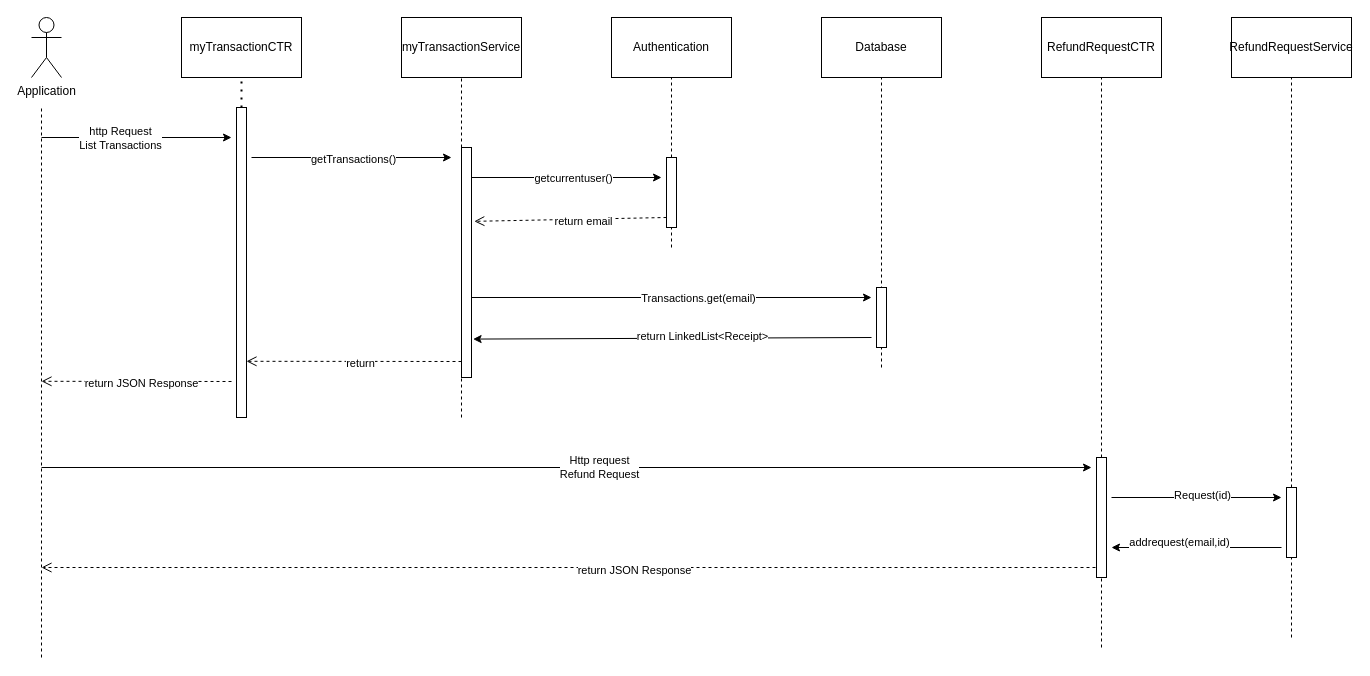
gamdeeen/FawranWebService keeps this draw.io diagram as Sequence Diagrams/listTransactions&Request.drawio. Above is the earlier version. Source tidied: cells renumbered, new cells numbered last; positions are measured from the earlier drawing's top-left corner, leaving out a move shared by most shapes. Both pictures are drawn from the tidied source at 100%, with x=0, y=0 at pixel (31, 17).
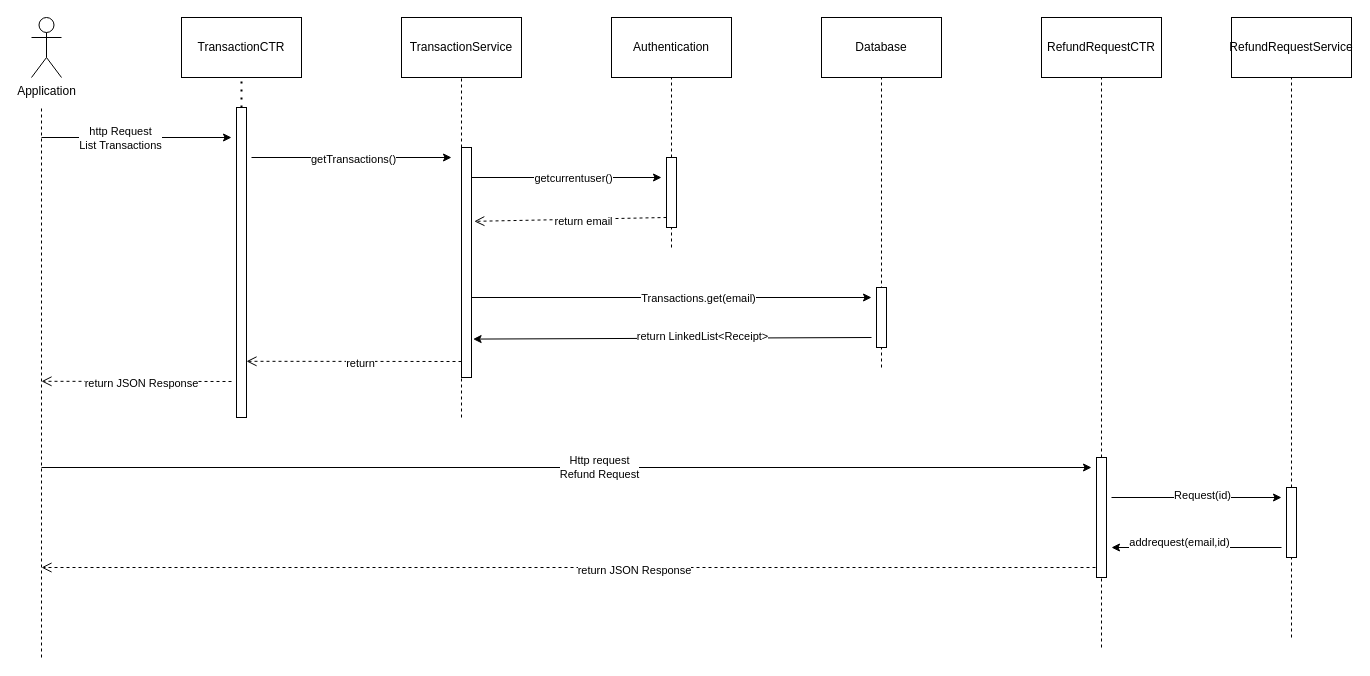
The same page after the edit.

Commit message:
added sequence diagrams

Change to the diagram source:
```diff
@@
-    <mxCell id="2" value="myTransactionCTR" style="rounded=0;whiteSpace=wrap;html=1;" parent="1" vertex="1">
+    <mxCell id="2" value="TransactionCTR" style="rounded=0;whiteSpace=wrap;html=1;" parent="1" vertex="1">
       <mxGeometry x="150" width="120" height="60" as="geometry" />
     </mxCell>
@@
-    <mxCell id="4" value="myTransactionService" style="rounded=0;whiteSpace=wrap;html=1;" parent="1" vertex="1">
+    <mxCell id="4" value="TransactionService" style="rounded=0;whiteSpace=wrap;html=1;" parent="1" vertex="1">
       <mxGeometry x="370" width="120" height="60" as="geometry" />
     </mxCell>
```
